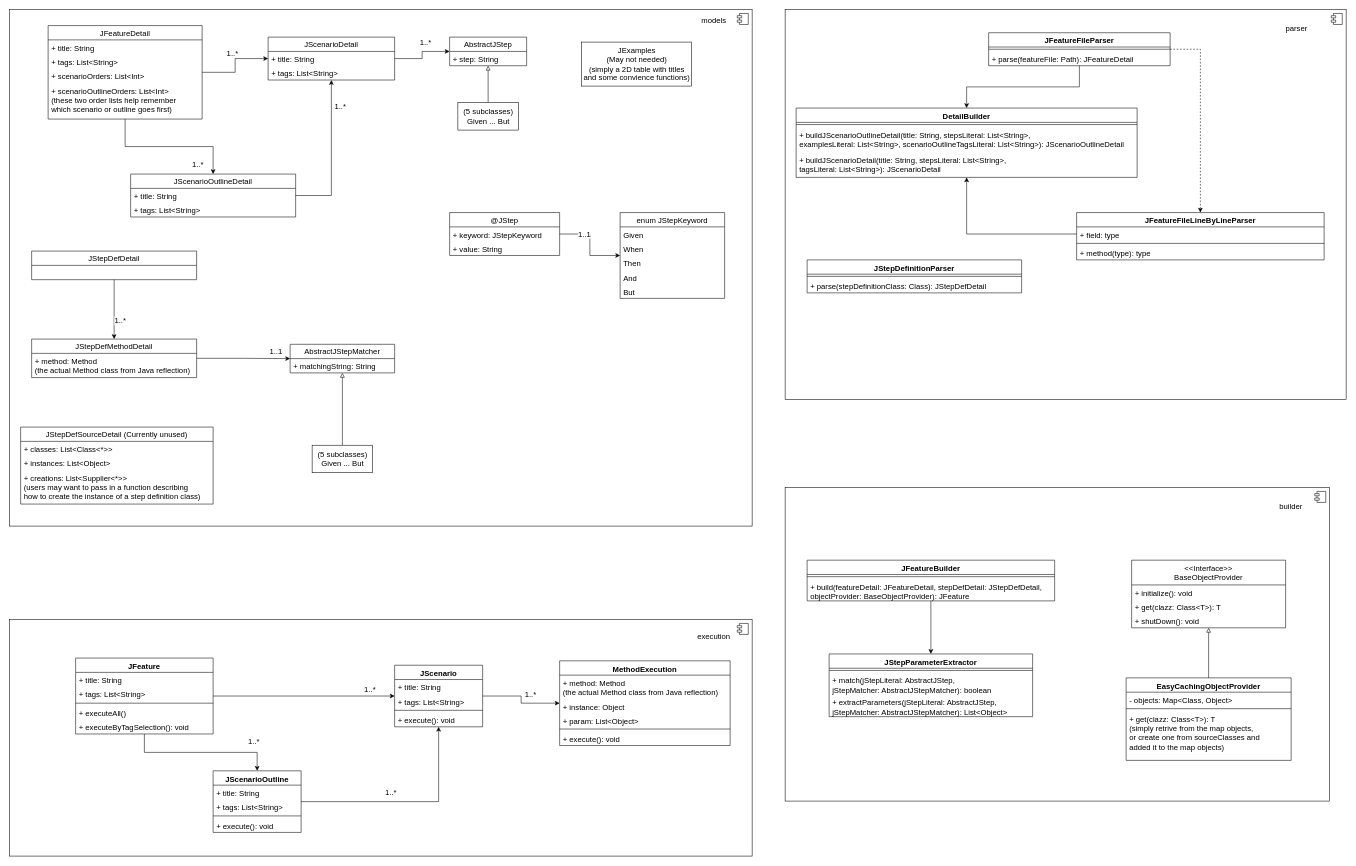
Earlier version of the draw.io diagram page "UML Class Diagram" (2 of 3) of doc/5903 diagram.drawio (CXwudi/comp5903-easy-cucumber). Source tidied: cells renumbered, new cells numbered last; positions are measured from the earlier drawing's top-left corner, leaving out a move shared by most shapes. Both pictures are drawn from the tidied source at 55%, with x=0, y=0 at pixel (9, 9).
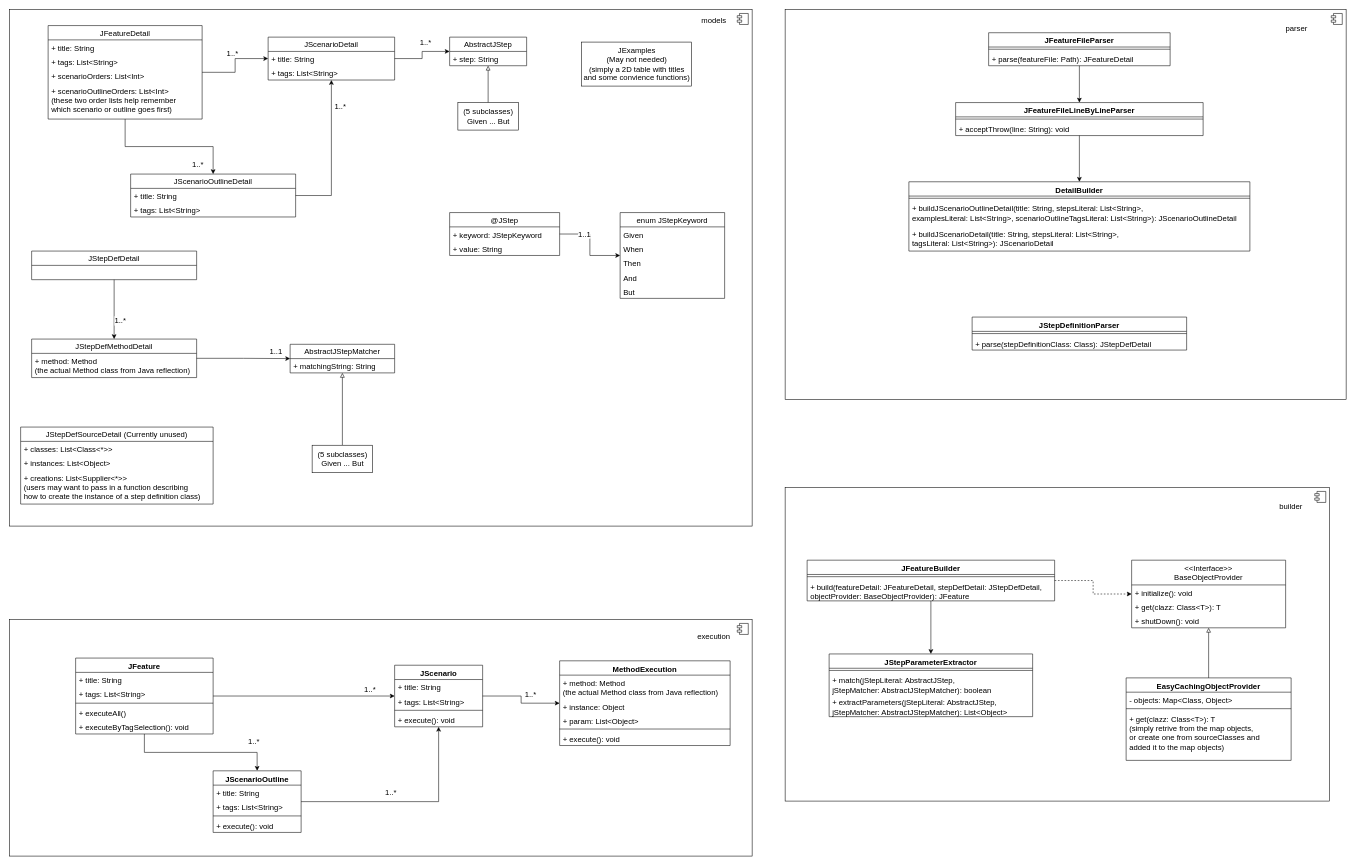
Above is the later version.

The change refers to these unchanged cells:
```xml
<mxCell id="84" value="JFeatureBuilder" style="swimlane;fontStyle=1;align=center;verticalAlign=top;horizontal=1;startSize=26;labelBackgroundColor=none;fontSize=14;fillColor=none;" parent="1" vertex="1">
  <mxGeometry x="1450" y="1001" width="450" height="74" as="geometry" />
</mxCell>
<mxCell id="92" value="&lt;&lt;Interface&gt;&gt;&#10;BaseObjectProvider" style="swimlane;fontStyle=0;horizontal=1;startSize=45;fillColor=none;fontSize=14;" parent="1" vertex="1">
  <mxGeometry x="2040" y="1001" width="280" height="123" as="geometry" />
</mxCell>
<mxCell id="112" value="JFeatureFileParser" style="swimlane;fontStyle=1;align=center;verticalAlign=top;horizontal=1;startSize=26;fontSize=14;strokeColor=default;fillColor=none;" parent="1" vertex="1">
  <mxGeometry x="1780" y="42" width="330" height="60" as="geometry" />
</mxCell>
```

Diff of the diagram source:
```diff
@@
+    <mxCell id="128" style="edgeStyle=orthogonalEdgeStyle;rounded=0;jettySize=auto;html=1;dashed=1;" parent="1" edge="1" source="84" target="92">
+      <mxGeometry relative="1" as="geometry" />
+    </mxCell>
@@
-    <mxCell id="110" style="edgeStyle=orthogonalEdgeStyle;rounded=0;jettySize=auto;html=1;fontSize=14;" parent="1" edge="1" source="112" target="115">
-      <mxGeometry relative="1" as="geometry" />
-    </mxCell>
-    <mxCell id="111" style="edgeStyle=orthogonalEdgeStyle;rounded=0;jettySize=auto;html=1;fontSize=14;dashed=1;" parent="1" edge="1" source="112" target="123">
-      <mxGeometry relative="1" as="geometry">
-        <Array as="points">
-          <mxPoint x="2165" y="72" />
-        </Array>
-      </mxGeometry>
-    </mxCell>
@@
     <mxCell id="115" value="DetailBuilder" style="swimlane;fontStyle=1;align=center;verticalAlign=top;horizontal=1;startSize=26;fontSize=14;strokeColor=default;fillColor=none;" parent="1" vertex="1">
-      <mxGeometry x="1430" y="179" width="620" height="126" as="geometry" />
+      <mxGeometry x="1635" y="313" width="620" height="126" as="geometry" />
     </mxCell>
@@
     <mxCell id="120" value="JStepDefinitionParser" style="swimlane;fontStyle=1;align=center;verticalAlign=top;horizontal=1;startSize=26;fontSize=14;" parent="1" vertex="1">
-      <mxGeometry x="1450" y="455" width="390" height="60" as="geometry" />
+      <mxGeometry x="1750" y="559" width="390" height="60" as="geometry" />
     </mxCell>
@@
     <mxCell id="123" value="JFeatureFileLineByLineParser" style="swimlane;fontStyle=1;align=center;verticalAlign=top;horizontal=1;startSize=26;fontSize=14;" parent="1" vertex="1">
-      <mxGeometry x="1940" y="369" width="450" height="86" as="geometry" />
+      <mxGeometry x="1720" y="169" width="450" height="60" as="geometry" />
     </mxCell>
-    <mxCell id="124" value="+ field: type" style="text;strokeColor=none;fillColor=none;align=left;verticalAlign=top;spacingLeft=4;spacingRight=4;overflow=hidden;points=[[0,0.5],[1,0.5]];portConstraint=eastwest;fontSize=14;" parent="123" vertex="1">
-      <mxGeometry y="26" width="450" height="26" as="geometry" />
-    </mxCell>
     <mxCell id="125" style="line;strokeWidth=1;fillColor=none;align=left;verticalAlign=middle;spacingTop=-1;spacingLeft=3;spacingRight=3;labelPosition=right;fontSize=14;" parent="123" vertex="1">
-      <mxGeometry y="52" width="450" height="8" as="geometry" />
+      <mxGeometry y="26" width="450" height="8" as="geometry" />
     </mxCell>
-    <mxCell id="126" value="+ method(type): type" style="text;strokeColor=none;fillColor=none;align=left;verticalAlign=top;spacingLeft=4;spacingRight=4;overflow=hidden;fontSize=14;" parent="123" vertex="1">
-      <mxGeometry y="60" width="450" height="26" as="geometry" />
+    <mxCell id="126" value="+ acceptThrow(line: String): void" style="text;strokeColor=none;fillColor=none;align=left;verticalAlign=top;spacingLeft=4;spacingRight=4;overflow=hidden;fontSize=14;" parent="123" vertex="1">
+      <mxGeometry y="34" width="450" height="26" as="geometry" />
     </mxCell>
-    <mxCell id="127" style="edgeStyle=orthogonalEdgeStyle;rounded=0;jettySize=auto;html=1;fontSize=14;" parent="1" edge="1" source="124" target="115">
+    <mxCell id="127" style="edgeStyle=orthogonalEdgeStyle;rounded=0;jettySize=auto;html=1;fontSize=14;" parent="1" edge="1" source="123" target="115">
       <mxGeometry relative="1" as="geometry" />
     </mxCell>
+    <mxCell id="111" style="edgeStyle=orthogonalEdgeStyle;rounded=0;jettySize=auto;html=1;" parent="1" edge="1" source="112" target="123">
+      <mxGeometry relative="1" as="geometry" />
+    </mxCell>
```
